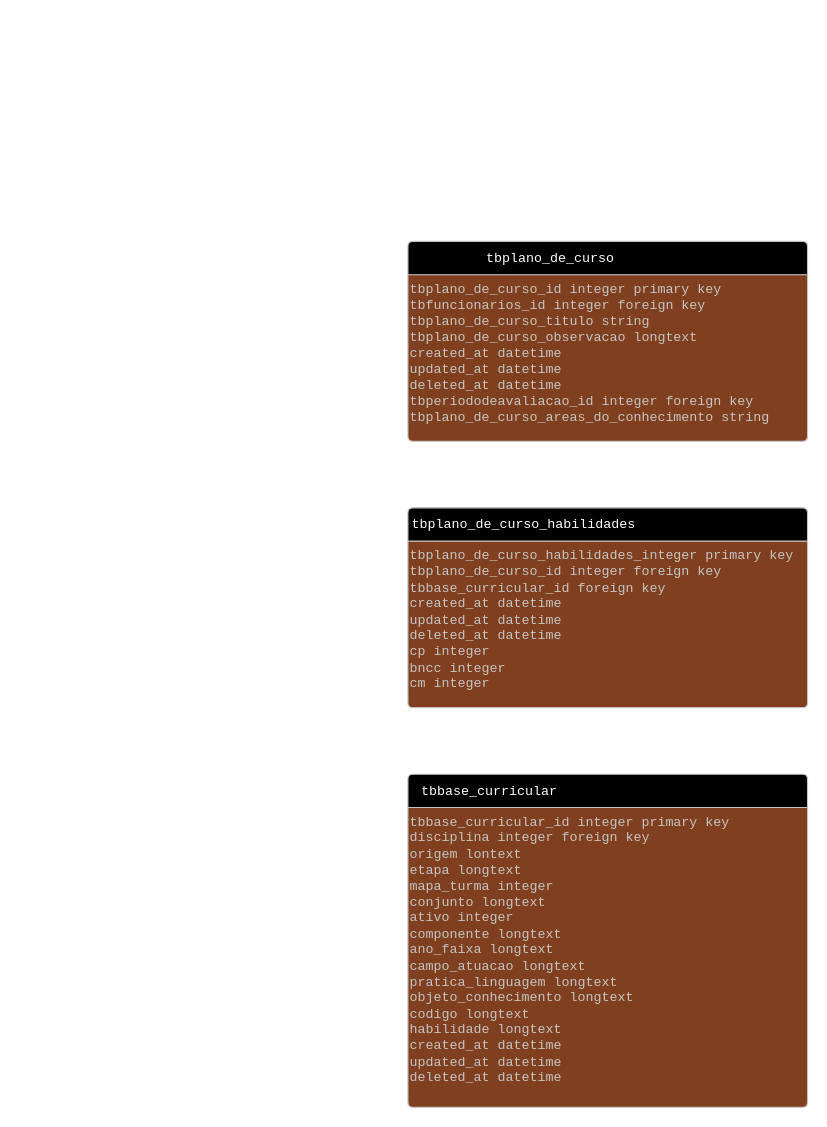
This is Diagrama sem nome.drawio from DjalmaANeto/modelagem-planos-de-curso-aula, a draw.io file, before an edit. Source tidied: cells renumbered, new cells numbered last; positions are measured from the earlier drawing's top-left corner, leaving out a move shared by most shapes. Both pictures are drawn from the tidied source at 111%, with x=0, y=0 at pixel (407, 241).
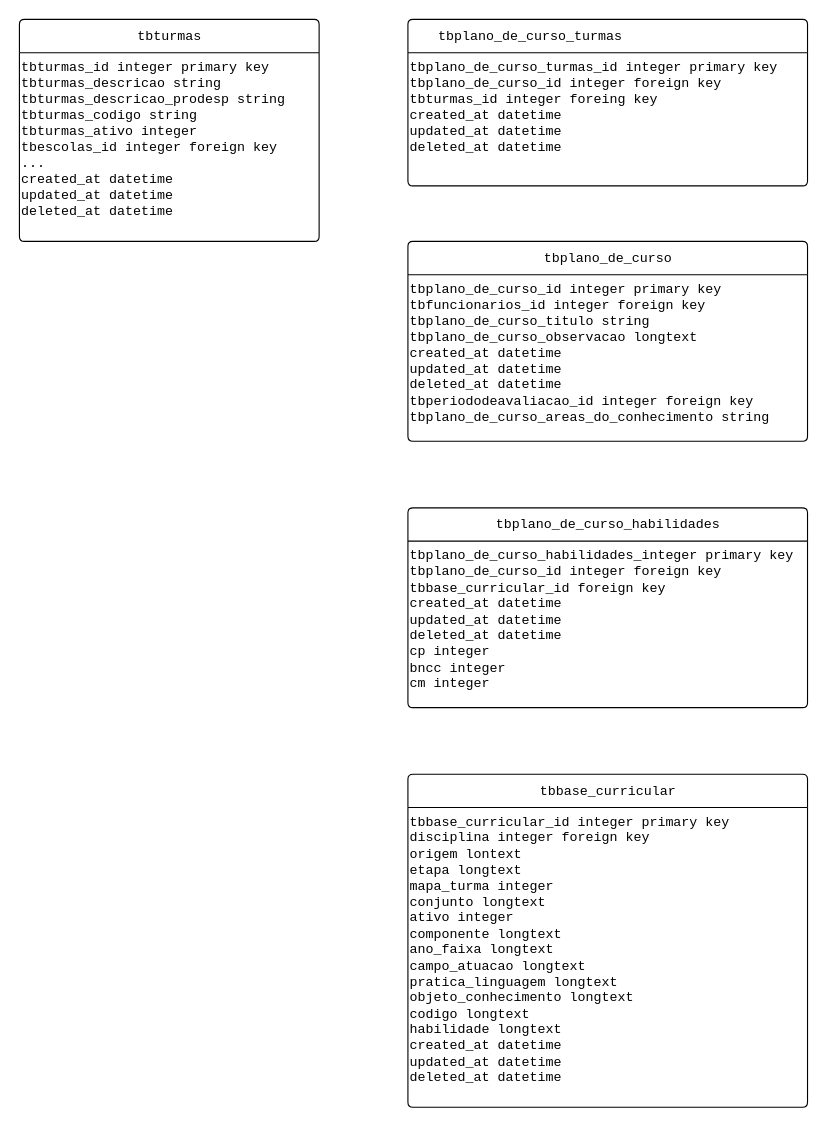
The same page after the edit.

Change to the diagram source:
```diff
@@
 <mxGraphModel>
   <root>
     <mxCell id="0" />
     <mxCell id="1" parent="0" />
-    <mxCell id="2" style="graphMlID=entity0;gradientDirection=east;shape=swimlane;startSize=30;rounded=1;arcSize=5;fillColor=undefined;strokeColor=#c4c4c4;strokeWidth=1.0;swimlaneFillColor=#804020;" parent="1" vertex="1">
+    <mxCell id="2" style="graphMlID=entity0;gradientDirection=east;shape=swimlane;startSize=30;rounded=1;arcSize=5;strokeWidth=1.0;swimlaneFillColor=none;" parent="1" vertex="1">
       <mxGeometry width="360" height="180" as="geometry" />
     </mxCell>
-    <mxCell id="3" value="tbplano_de_curso_id integer primary key&lt;br&gt;tbfuncionarios_id integer foreign key&lt;br&gt;tbplano_de_curso_titulo string&amp;nbsp;&lt;br&gt;tbplano_de_curso_observacao longtext&lt;br&gt;created_at datetime&lt;br&gt;updated_at datetime&lt;br&gt;deleted_at datetime&lt;br&gt;tbperiododeavaliacao_id integer foreign key&lt;br&gt;tbplano_de_curso_areas_do_conhecimento string" style="text;html=1;spacing=0;align=left;fontFamily=courier;fontSize=12;fontStyle=0;=center;fontColor=#c4c4c4;" parent="2" vertex="1">
+    <mxCell id="3" value="tbplano_de_curso_id integer primary key&lt;br&gt;tbfuncionarios_id integer foreign key&lt;br&gt;tbplano_de_curso_titulo string&amp;nbsp;&lt;br&gt;tbplano_de_curso_observacao longtext&lt;br&gt;created_at datetime&lt;br&gt;updated_at datetime&lt;br&gt;deleted_at datetime&lt;br&gt;tbperiododeavaliacao_id integer foreign key&lt;br&gt;tbplano_de_curso_areas_do_conhecimento string" style="text;html=1;spacing=0;align=left;fontFamily=courier;fontSize=12;fontStyle=0;=center;" parent="2" vertex="1">
       <mxGeometry x="2" y="31.7" width="358" height="148.3" as="geometry" />
     </mxCell>
-    <mxCell id="4" value="tbplano_de_curso" style="text;html=1;spacing=0;align=center;fontFamily=courier;fontSize=12;fontStyle=0;=center;fontColor=#ffffff;" parent="2" vertex="1">
-      <mxGeometry y="4" width="256" height="22" as="geometry" />
+    <mxCell id="4" value="&lt;font color=&quot;#000000&quot;&gt;tbplano_de_curso&lt;/font&gt;" style="text;html=1;spacing=0;align=center;fontFamily=courier;fontSize=12;fontStyle=0;=center;fontColor=#ffffff;" parent="2" vertex="1">
+      <mxGeometry y="4" width="360" height="22" as="geometry" />
     </mxCell>
-    <mxCell id="5" style="graphMlID=entity0;gradientDirection=east;shape=swimlane;startSize=30;rounded=1;arcSize=5;fillColor=undefined;strokeColor=#c4c4c4;strokeWidth=1.0;swimlaneFillColor=#804020;" parent="1" vertex="1">
+    <mxCell id="5" style="graphMlID=entity0;gradientDirection=east;shape=swimlane;startSize=30;rounded=1;arcSize=5;fillColor=none;strokeColor=#000000;strokeWidth=1.0;swimlaneFillColor=none;" parent="1" vertex="1">
       <mxGeometry y="240" width="360" height="180" as="geometry" />
     </mxCell>
-    <mxCell id="6" value="tbplano_de_curso_habilidades_integer primary key&lt;br&gt;tbplano_de_curso_id integer foreign key&lt;br&gt;tbbase_curricular_id foreign key&lt;br&gt;created_at datetime&lt;br&gt;updated_at datetime&lt;br&gt;deleted_at datetime&lt;br&gt;cp integer&lt;br&gt;bncc integer&lt;br&gt;cm integer" style="text;html=1;spacing=0;align=left;fontFamily=courier;fontSize=12;fontStyle=0;=center;fontColor=#c4c4c4;" parent="5" vertex="1">
+    <mxCell id="6" value="&lt;font color=&quot;#000000&quot;&gt;tbplano_de_curso_habilidades_integer primary key&lt;br&gt;tbplano_de_curso_id integer foreign key&lt;br&gt;tbbase_curricular_id foreign key&lt;br&gt;created_at datetime&lt;br&gt;updated_at datetime&lt;br&gt;deleted_at datetime&lt;br&gt;cp integer&lt;br&gt;bncc integer&lt;br&gt;cm integer&lt;/font&gt;" style="text;html=1;spacing=0;align=left;fontFamily=courier;fontSize=12;fontStyle=0;=center;fontColor=#c4c4c4;" parent="5" vertex="1">
       <mxGeometry x="2" y="31.7" width="358" height="157" as="geometry" />
     </mxCell>
-    <mxCell id="7" value="tbplano_de_curso_habilidades" style="text;html=1;spacing=0;align=center;fontFamily=courier;fontSize=12;fontStyle=0;=center;fontColor=#ffffff;" parent="5" vertex="1">
-      <mxGeometry y="4" width="207" height="22" as="geometry" />
+    <mxCell id="7" value="&lt;font color=&quot;#000000&quot;&gt;tbplano_de_curso_habilidades&lt;/font&gt;" style="text;html=1;spacing=0;align=center;fontFamily=courier;fontSize=12;fontStyle=0;=center;fontColor=#ffffff;" parent="5" vertex="1">
+      <mxGeometry y="4" width="360" height="22" as="geometry" />
     </mxCell>
-    <mxCell id="8" style="graphMlID=entity0;gradientDirection=east;shape=swimlane;startSize=30;rounded=1;arcSize=5;fillColor=undefined;strokeColor=#c4c4c4;strokeWidth=1.0;swimlaneFillColor=#804020;" parent="1" vertex="1">
+    <mxCell id="8" style="graphMlID=entity0;gradientDirection=east;shape=swimlane;startSize=30;rounded=1;arcSize=5;fillColor=none;strokeColor=#000000;strokeWidth=1.0;swimlaneFillColor=none;fontColor=#FFFFFF;labelBackgroundColor=none;" parent="1" vertex="1">
       <mxGeometry y="480" width="360" height="300" as="geometry" />
     </mxCell>
-    <mxCell id="9" value="tbbase_curricular_id integer primary key&lt;br&gt;disciplina integer foreign key&lt;br&gt;origem lontext&amp;nbsp;&lt;br&gt;etapa longtext&lt;br&gt;mapa_turma integer&lt;br&gt;conjunto longtext&lt;br&gt;ativo integer&lt;br&gt;componente longtext&lt;br&gt;ano_faixa longtext&lt;br&gt;campo_atuacao longtext&lt;br&gt;pratica_linguagem longtext&lt;br&gt;objeto_conhecimento longtext&lt;br&gt;codigo longtext&lt;br&gt;habilidade longtext&lt;br&gt;created_at datetime&lt;br&gt;updated_at datetime&lt;br&gt;deleted_at datetime&lt;span style=&quot;white-space: pre;&quot;&gt;&#9;&lt;/span&gt;" style="text;html=1;spacing=0;align=left;fontFamily=courier;fontSize=12;fontStyle=0;=center;fontColor=#c4c4c4;" parent="8" vertex="1">
+    <mxCell id="9" value="&lt;font color=&quot;#000000&quot;&gt;tbbase_curricular_id integer primary key&lt;br&gt;disciplina integer foreign key&lt;br&gt;origem lontext&amp;nbsp;&lt;br&gt;etapa longtext&lt;br&gt;mapa_turma integer&lt;br&gt;conjunto longtext&lt;br&gt;ativo integer&lt;br&gt;componente longtext&lt;br&gt;ano_faixa longtext&lt;br&gt;campo_atuacao longtext&lt;br&gt;pratica_linguagem longtext&lt;br&gt;objeto_conhecimento longtext&lt;br&gt;codigo longtext&lt;br&gt;habilidade longtext&lt;br&gt;created_at datetime&lt;br&gt;updated_at datetime&lt;br&gt;deleted_at datetime&lt;span style=&quot;white-space: pre;&quot;&gt;&#9;&lt;/span&gt;&lt;/font&gt;" style="text;html=1;spacing=0;align=left;fontFamily=courier;fontSize=12;fontStyle=0;=center;fontColor=#c4c4c4;" parent="8" vertex="1">
       <mxGeometry x="2" y="31.7" width="358" height="268.3" as="geometry" />
     </mxCell>
-    <mxCell id="10" value="tbbase_curricular" style="text;html=1;spacing=0;align=center;fontFamily=courier;fontSize=12;fontStyle=0;=center;fontColor=#ffffff;" parent="8" vertex="1">
-      <mxGeometry y="4" width="146" height="22" as="geometry" />
+    <mxCell id="10" value="&lt;font color=&quot;#000000&quot;&gt;tbbase_curricular&lt;/font&gt;" style="text;html=1;spacing=0;align=center;fontFamily=courier;fontSize=12;fontStyle=0;=center;fontColor=#ffffff;" parent="8" vertex="1">
+      <mxGeometry y="4" width="360" height="22" as="geometry" />
     </mxCell>
+    <mxCell id="11" style="graphMlID=entity0;gradientDirection=east;shape=swimlane;startSize=30;rounded=1;arcSize=5;fillColor=none;strokeColor=#000000;strokeWidth=1.0;swimlaneFillColor=none;fontColor=default;" parent="1" vertex="1">
+      <mxGeometry y="-200" width="360" height="150" as="geometry" />
+    </mxCell>
+    <mxCell id="12" value="&lt;font color=&quot;#000000&quot;&gt;tbplano_de_curso_turmas_id integer primary key&lt;br&gt;tbplano_de_curso_id integer foreign key&lt;br&gt;tbturmas_id integer foreing key&lt;br&gt;created_at datetime&lt;br&gt;updated_at datetime&lt;br&gt;deleted_at datetime&lt;/font&gt;" style="text;html=1;spacing=0;align=left;fontFamily=courier;fontSize=12;fontStyle=0;=center;fontColor=#c4c4c4;swimlaneFillColor=none;strokeColor=none;" parent="11" vertex="1">
+      <mxGeometry x="2" y="31.7" width="358" height="100" as="geometry" />
+    </mxCell>
+    <mxCell id="13" value="&lt;font color=&quot;#000000&quot;&gt;tbplano_de_curso_turmas&lt;/font&gt;" style="text;html=1;spacing=0;align=center;fontFamily=courier;fontSize=12;fontStyle=0;=center;fontColor=#ffffff;swimlaneFillColor=none;strokeColor=none;" parent="11" vertex="1">
+      <mxGeometry y="4" width="220" height="22" as="geometry" />
+    </mxCell>
+    <mxCell id="14" style="graphMlID=entity0;gradientDirection=east;shape=swimlane;startSize=30;rounded=1;arcSize=5;fillColor=none;strokeColor=#000000;strokeWidth=1.0;swimlaneFillColor=none;" parent="1" vertex="1">
+      <mxGeometry x="-350" y="-200" width="270" height="200" as="geometry" />
+    </mxCell>
+    <mxCell id="15" value="&lt;font color=&quot;#000000&quot;&gt;tbturmas_id integer primary key&lt;br&gt;tbturmas_descricao string&amp;nbsp;&lt;br&gt;tbturmas_descricao_prodesp string&lt;br&gt;tbturmas_codigo string&lt;br&gt;tbturmas_ativo integer&amp;nbsp;&lt;br&gt;tbescolas_id integer foreign key&lt;br&gt;...&lt;br&gt;created_at datetime&lt;br&gt;updated_at datetime&lt;br&gt;deleted_at&lt;span style=&quot;white-space: pre;&quot;&gt;&amp;nbsp;datetime&lt;/span&gt;&lt;span style=&quot;white-space: pre;&quot;&gt;&amp;nbsp;&amp;nbsp;&amp;nbsp;&lt;/span&gt;&lt;span style=&quot;white-space: pre;&quot;&gt;&amp;nbsp;&amp;nbsp;&amp;nbsp;&amp;nbsp;&lt;/span&gt;&lt;span style=&quot;white-space: pre;&quot;&gt;&amp;nbsp;&amp;nbsp;&amp;nbsp;&amp;nbsp;&lt;/span&gt;&lt;span style=&quot;white-space: pre;&quot;&gt;&amp;nbsp;&amp;nbsp;&amp;nbsp;&amp;nbsp;&lt;/span&gt;&lt;/font&gt;" style="text;html=1;spacing=0;align=left;fontFamily=courier;fontSize=12;fontStyle=0;=center;fontColor=#c4c4c4;" parent="14" vertex="1">
+      <mxGeometry x="2" y="31.7" width="258" height="168.3" as="geometry" />
+    </mxCell>
+    <mxCell id="16" value="&lt;font color=&quot;#000000&quot;&gt;tbturmas&lt;/font&gt;" style="text;html=1;spacing=0;align=center;fontFamily=courier;fontSize=12;fontStyle=0;=center;fontColor=#ffffff;" parent="14" vertex="1">
+      <mxGeometry y="4" width="270" height="22" as="geometry" />
+    </mxCell>
   </root>
 </mxGraphModel>
```
